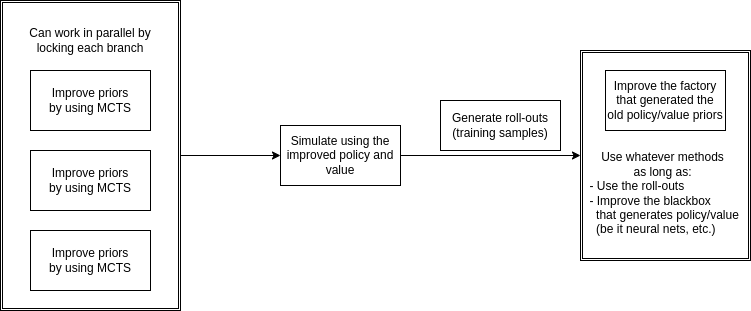
This is hironaka/jax/img/MCTS.png from honglu2875/hironaka, a draw.io export, as it was before one commit. Source tidied: cells renumbered, new cells last; positions are measured from the earlier drawing's top-left corner, leaving out a move shared by most shapes. Source of this version:
```xml
<mxGraphModel>
  <root>
    <mxCell id="0" />
    <mxCell id="1" parent="0" />
    <mxCell id="2" style="shape=ext;double=1;rounded=0;whiteSpace=wrap;html=1;" parent="1" vertex="1">
      <mxGeometry x="580" y="50" width="170" height="210" as="geometry" />
    </mxCell>
    <mxCell id="3" style="edgeStyle=orthogonalEdgeStyle;rounded=0;jettySize=auto;html=1;exitX=1;exitY=0.5;exitDx=0;exitDy=0;entryX=0;entryY=0.5;entryDx=0;entryDy=0;" parent="1" edge="1" source="4" target="7">
      <mxGeometry relative="1" as="geometry" />
    </mxCell>
    <mxCell id="4" style="shape=ext;double=1;rounded=0;whiteSpace=wrap;html=1;" parent="1" vertex="1">
      <mxGeometry width="180" height="310" as="geometry" />
    </mxCell>
    <mxCell id="5" value="Improve priors&lt;br&gt;by using MCTS" style="whiteSpace=wrap;html=1;align=center;newEdgeStyle={&quot;edgeStyle&quot;:&quot;elbowEdgeStyle&quot;,&quot;startArrow&quot;:&quot;none&quot;,&quot;endArrow&quot;:&quot;none&quot;};" parent="1" vertex="1">
      <mxGeometry x="30" y="150" width="120" height="60" as="geometry" />
    </mxCell>
    <mxCell id="6" style="edgeStyle=orthogonalEdgeStyle;rounded=0;jettySize=auto;html=1;" parent="1" edge="1" source="7" target="2">
      <mxGeometry relative="1" as="geometry" />
    </mxCell>
    <mxCell id="7" value="Simulate using the&lt;br&gt;improved policy and value" style="whiteSpace=wrap;html=1;align=center;newEdgeStyle={&quot;edgeStyle&quot;:&quot;elbowEdgeStyle&quot;,&quot;startArrow&quot;:&quot;none&quot;,&quot;endArrow&quot;:&quot;none&quot;};" parent="1" vertex="1">
      <mxGeometry x="280" y="125" width="120" height="60" as="geometry" />
    </mxCell>
    <mxCell id="8" value="Improve the factory&lt;br&gt;that generated the&lt;br&gt;old policy/value priors" style="whiteSpace=wrap;html=1;align=center;newEdgeStyle={&quot;edgeStyle&quot;:&quot;elbowEdgeStyle&quot;,&quot;startArrow&quot;:&quot;none&quot;,&quot;endArrow&quot;:&quot;none&quot;};" parent="1" vertex="1">
      <mxGeometry x="605" y="70" width="120" height="60" as="geometry" />
    </mxCell>
    <mxCell id="9" value="Improve priors&lt;br&gt;by using MCTS" style="whiteSpace=wrap;html=1;align=center;newEdgeStyle={&quot;edgeStyle&quot;:&quot;elbowEdgeStyle&quot;,&quot;startArrow&quot;:&quot;none&quot;,&quot;endArrow&quot;:&quot;none&quot;};" parent="1" vertex="1">
      <mxGeometry x="30" y="70" width="120" height="60" as="geometry" />
    </mxCell>
    <mxCell id="10" value="Improve priors&lt;br&gt;by using MCTS" style="whiteSpace=wrap;html=1;align=center;newEdgeStyle={&quot;edgeStyle&quot;:&quot;elbowEdgeStyle&quot;,&quot;startArrow&quot;:&quot;none&quot;,&quot;endArrow&quot;:&quot;none&quot;};" parent="1" vertex="1">
      <mxGeometry x="30" y="230" width="120" height="60" as="geometry" />
    </mxCell>
    <object id="11" label="Can work in parallel by locking each branch" name="Variable" placeholders="1">
      <mxCell style="text;html=1;strokeColor=none;fillColor=none;align=center;verticalAlign=middle;whiteSpace=wrap;overflow=hidden;" parent="1" vertex="1">
        <mxGeometry x="25" y="20" width="130" height="40" as="geometry" />
      </mxCell>
    </object>
    <mxCell id="12" value="Generate roll-outs&lt;br&gt;(training samples)" style="whiteSpace=wrap;html=1;align=center;newEdgeStyle={&quot;edgeStyle&quot;:&quot;elbowEdgeStyle&quot;,&quot;startArrow&quot;:&quot;none&quot;,&quot;endArrow&quot;:&quot;none&quot;};" parent="1" vertex="1">
      <mxGeometry x="440" y="100" width="120" height="50" as="geometry" />
    </mxCell>
    <mxCell id="13" value="Use whatever methods&lt;br&gt;as long as:&lt;br&gt;&lt;div style=&quot;text-align: left;&quot;&gt;&lt;span style=&quot;background-color: initial;&quot;&gt;&amp;nbsp;- Use the roll-outs&lt;/span&gt;&lt;/div&gt;&lt;div style=&quot;text-align: left;&quot;&gt;&lt;span style=&quot;background-color: initial;&quot;&gt;&amp;nbsp;- Improve the blackbox&lt;/span&gt;&lt;/div&gt;&lt;div style=&quot;text-align: left;&quot;&gt;&lt;span style=&quot;background-color: initial;&quot;&gt;&amp;nbsp; &amp;nbsp;that generates policy/value&lt;/span&gt;&lt;/div&gt;&lt;div style=&quot;text-align: left;&quot;&gt;&lt;span style=&quot;background-color: initial;&quot;&gt;&amp;nbsp; &amp;nbsp;(be it neural nets, etc.)&lt;/span&gt;&lt;/div&gt;" style="text;html=1;strokeColor=none;fillColor=none;align=center;verticalAlign=middle;whiteSpace=wrap;rounded=0;" parent="1" vertex="1">
      <mxGeometry x="580" y="155" width="165" height="75" as="geometry" />
    </mxCell>
  </root>
</mxGraphModel>
```
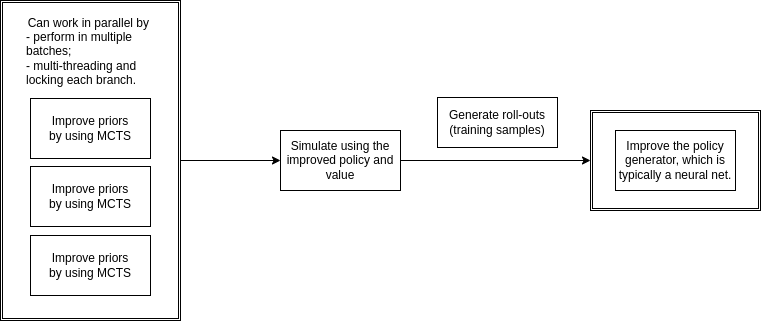
After the change.

The edit, as a diff of the source:
```diff
@@ -3,16 +3,16 @@
     <mxCell id="0" />
     <mxCell id="1" parent="0" />
     <mxCell id="2" style="shape=ext;double=1;rounded=0;whiteSpace=wrap;html=1;" parent="1" vertex="1">
-      <mxGeometry x="580" y="50" width="170" height="210" as="geometry" />
+      <mxGeometry x="590" y="105" width="170" height="100" as="geometry" />
     </mxCell>
     <mxCell id="3" style="edgeStyle=orthogonalEdgeStyle;rounded=0;jettySize=auto;html=1;exitX=1;exitY=0.5;exitDx=0;exitDy=0;entryX=0;entryY=0.5;entryDx=0;entryDy=0;" parent="1" edge="1" source="4" target="7">
       <mxGeometry relative="1" as="geometry" />
     </mxCell>
     <mxCell id="4" style="shape=ext;double=1;rounded=0;whiteSpace=wrap;html=1;" parent="1" vertex="1">
-      <mxGeometry width="180" height="310" as="geometry" />
+      <mxGeometry y="-5" width="180" height="320" as="geometry" />
     </mxCell>
     <mxCell id="5" value="Improve priors&lt;br&gt;by using MCTS" style="whiteSpace=wrap;html=1;align=center;newEdgeStyle={&quot;edgeStyle&quot;:&quot;elbowEdgeStyle&quot;,&quot;startArrow&quot;:&quot;none&quot;,&quot;endArrow&quot;:&quot;none&quot;};" parent="1" vertex="1">
-      <mxGeometry x="30" y="150" width="120" height="60" as="geometry" />
+      <mxGeometry x="30" y="161" width="120" height="60" as="geometry" />
     </mxCell>
     <mxCell id="6" style="edgeStyle=orthogonalEdgeStyle;rounded=0;jettySize=auto;html=1;" parent="1" edge="1" source="7" target="2">
       <mxGeometry relative="1" as="geometry" />
@@ -20,25 +20,22 @@
     <mxCell id="7" value="Simulate using the&lt;br&gt;improved policy and value" style="whiteSpace=wrap;html=1;align=center;newEdgeStyle={&quot;edgeStyle&quot;:&quot;elbowEdgeStyle&quot;,&quot;startArrow&quot;:&quot;none&quot;,&quot;endArrow&quot;:&quot;none&quot;};" parent="1" vertex="1">
       <mxGeometry x="280" y="125" width="120" height="60" as="geometry" />
     </mxCell>
-    <mxCell id="8" value="Improve the factory&lt;br&gt;that generated the&lt;br&gt;old policy/value priors" style="whiteSpace=wrap;html=1;align=center;newEdgeStyle={&quot;edgeStyle&quot;:&quot;elbowEdgeStyle&quot;,&quot;startArrow&quot;:&quot;none&quot;,&quot;endArrow&quot;:&quot;none&quot;};" parent="1" vertex="1">
-      <mxGeometry x="605" y="70" width="120" height="60" as="geometry" />
+    <mxCell id="8" value="Improve the policy generator, which is typically a neural net." style="whiteSpace=wrap;html=1;align=center;newEdgeStyle={&quot;edgeStyle&quot;:&quot;elbowEdgeStyle&quot;,&quot;startArrow&quot;:&quot;none&quot;,&quot;endArrow&quot;:&quot;none&quot;};" parent="1" vertex="1">
+      <mxGeometry x="615" y="125" width="120" height="60" as="geometry" />
     </mxCell>
     <mxCell id="9" value="Improve priors&lt;br&gt;by using MCTS" style="whiteSpace=wrap;html=1;align=center;newEdgeStyle={&quot;edgeStyle&quot;:&quot;elbowEdgeStyle&quot;,&quot;startArrow&quot;:&quot;none&quot;,&quot;endArrow&quot;:&quot;none&quot;};" parent="1" vertex="1">
-      <mxGeometry x="30" y="70" width="120" height="60" as="geometry" />
+      <mxGeometry x="30" y="93" width="120" height="60" as="geometry" />
     </mxCell>
     <mxCell id="10" value="Improve priors&lt;br&gt;by using MCTS" style="whiteSpace=wrap;html=1;align=center;newEdgeStyle={&quot;edgeStyle&quot;:&quot;elbowEdgeStyle&quot;,&quot;startArrow&quot;:&quot;none&quot;,&quot;endArrow&quot;:&quot;none&quot;};" parent="1" vertex="1">
       <mxGeometry x="30" y="230" width="120" height="60" as="geometry" />
     </mxCell>
-    <object id="11" label="Can work in parallel by locking each branch" name="Variable" placeholders="1">
+    <object id="11" label="Can work in parallel by &lt;br&gt;&lt;div style=&quot;text-align: left;&quot;&gt;&lt;span style=&quot;background-color: initial;&quot;&gt;- perform in multiple batches;&lt;/span&gt;&lt;/div&gt;&lt;div style=&quot;text-align: left;&quot;&gt;&lt;span style=&quot;background-color: initial;&quot;&gt;- multi-threading and locking each branch.&lt;/span&gt;&lt;/div&gt;" name="Variable" placeholders="1">
       <mxCell style="text;html=1;strokeColor=none;fillColor=none;align=center;verticalAlign=middle;whiteSpace=wrap;overflow=hidden;" parent="1" vertex="1">
-        <mxGeometry x="25" y="20" width="130" height="40" as="geometry" />
+        <mxGeometry x="25" y="1" width="130" height="90" as="geometry" />
       </mxCell>
     </object>
     <mxCell id="12" value="Generate roll-outs&lt;br&gt;(training samples)" style="whiteSpace=wrap;html=1;align=center;newEdgeStyle={&quot;edgeStyle&quot;:&quot;elbowEdgeStyle&quot;,&quot;startArrow&quot;:&quot;none&quot;,&quot;endArrow&quot;:&quot;none&quot;};" parent="1" vertex="1">
-      <mxGeometry x="440" y="100" width="120" height="50" as="geometry" />
+      <mxGeometry x="437" y="92" width="120" height="50" as="geometry" />
     </mxCell>
-    <mxCell id="13" value="Use whatever methods&lt;br&gt;as long as:&lt;br&gt;&lt;div style=&quot;text-align: left;&quot;&gt;&lt;span style=&quot;background-color: initial;&quot;&gt;&amp;nbsp;- Use the roll-outs&lt;/span&gt;&lt;/div&gt;&lt;div style=&quot;text-align: left;&quot;&gt;&lt;span style=&quot;background-color: initial;&quot;&gt;&amp;nbsp;- Improve the blackbox&lt;/span&gt;&lt;/div&gt;&lt;div style=&quot;text-align: left;&quot;&gt;&lt;span style=&quot;background-color: initial;&quot;&gt;&amp;nbsp; &amp;nbsp;that generates policy/value&lt;/span&gt;&lt;/div&gt;&lt;div style=&quot;text-align: left;&quot;&gt;&lt;span style=&quot;background-color: initial;&quot;&gt;&amp;nbsp; &amp;nbsp;(be it neural nets, etc.)&lt;/span&gt;&lt;/div&gt;" style="text;html=1;strokeColor=none;fillColor=none;align=center;verticalAlign=middle;whiteSpace=wrap;rounded=0;" parent="1" vertex="1">
-      <mxGeometry x="580" y="155" width="165" height="75" as="geometry" />
-    </mxCell>
   </root>
 </mxGraphModel>
```
